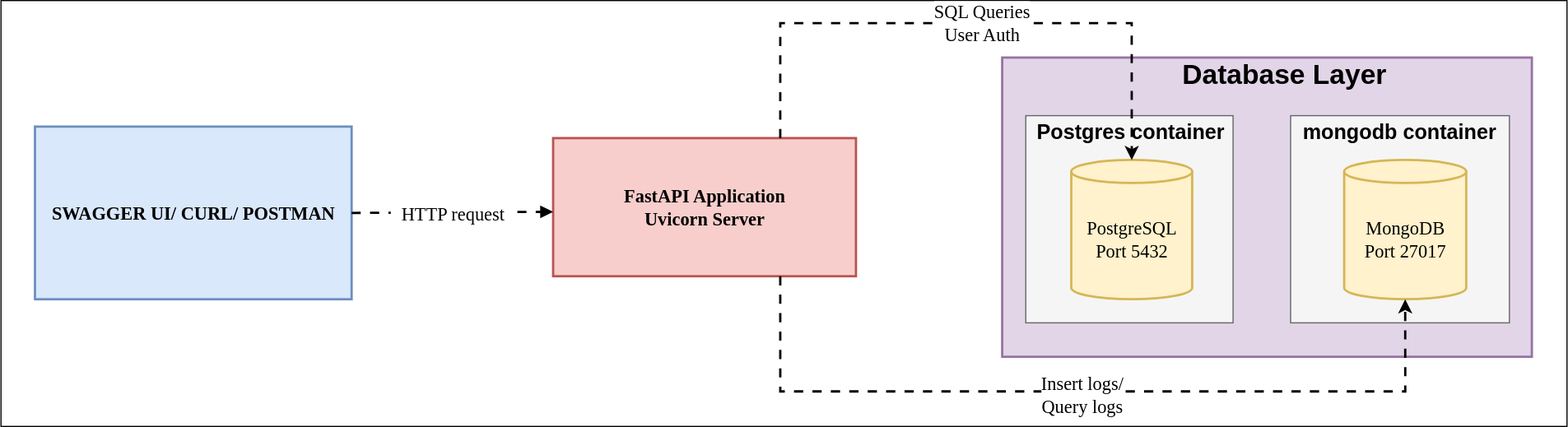
Before: FastAPI-Basics-Lab-assets/Lab-5/images/archi_diagrams/Lab-5_high-level-archi-diagram.drawio.svg, a diagram exported from draw.io (poridhiEng/lab-asset). Source tidied: cells renumbered, new cells last; positions are measured from the earlier drawing's top-left corner, leaving out a move shared by most shapes.
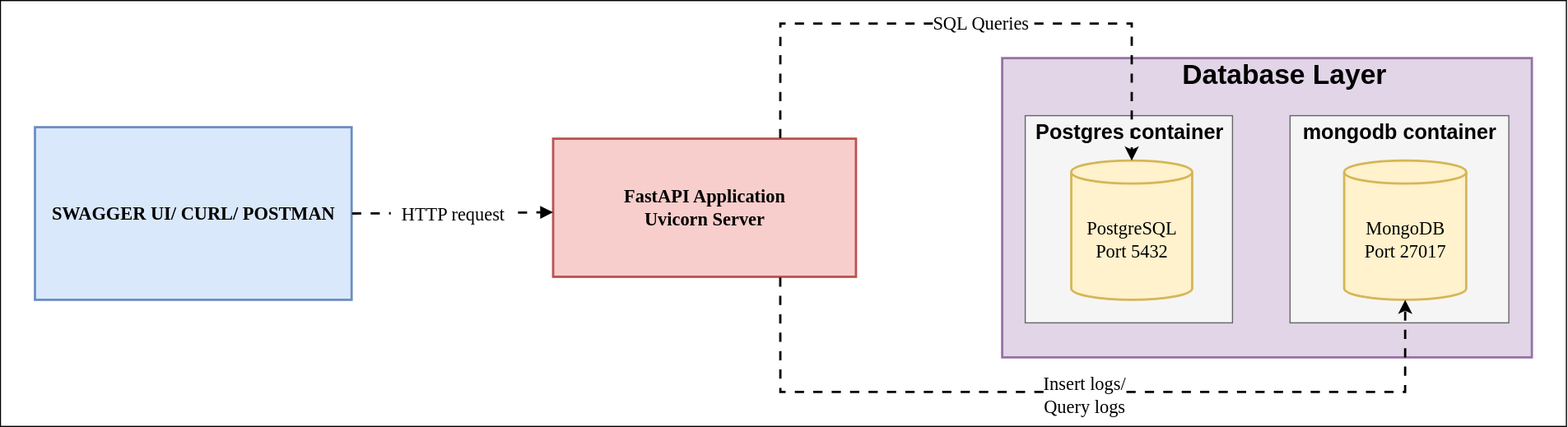
After the commit.

What changed in the source:
```diff
@@ -2,27 +2,27 @@
   <root>
     <mxCell id="0" />
     <mxCell id="1" parent="0" />
-    <mxCell id="2" style="rounded=0;whiteSpace=wrap;html=1;fontFamily=Verdana;fontSize=16;" parent="1" vertex="1">
-      <mxGeometry width="1360" height="370" as="geometry" />
-    </mxCell>
-    <mxCell id="3" style="whiteSpace=wrap;strokeWidth=2;fontFamily=Verdana;fontSize=16;fillColor=#e1d5e7;strokeColor=#9673a6;" parent="1" vertex="1">
-      <mxGeometry x="870" y="50" width="460" height="260" as="geometry" />
-    </mxCell>
+    <mxCell id="18" style="rounded=0;whiteSpace=wrap;html=1;fontFamily=Verdana;fontSize=16;" parent="1" vertex="1">
+      <mxGeometry width="1360" height="370" as="geometry" />
+    </mxCell>
+    <mxCell id="19" style="whiteSpace=wrap;strokeWidth=2;fontFamily=Verdana;fontSize=16;fillColor=#e1d5e7;strokeColor=#9673a6;" parent="1" vertex="1">
+      <mxGeometry x="870" y="50" width="460" height="260" as="geometry" />
+    </mxCell>
     <mxCell id="4" value="SWAGGER UI/ CURL/ POSTMAN" style="whiteSpace=wrap;strokeWidth=2;fontFamily=Verdana;fontSize=16;fillColor=#dae8fc;strokeColor=#6c8ebf;fontStyle=1;" parent="1" vertex="1">
       <mxGeometry x="30" y="110" width="275" height="150" as="geometry" />
     </mxCell>
     <mxCell id="5" value="FastAPI Application&#10;Uvicorn Server" style="whiteSpace=wrap;strokeWidth=2;fontFamily=Verdana;fontSize=16;fillColor=#f8cecc;strokeColor=#b85450;fontStyle=1;" parent="1" vertex="1">
       <mxGeometry x="480" y="120" width="263" height="120" as="geometry" />
     </mxCell>
-    <mxCell id="6" style="rounded=0;whiteSpace=wrap;html=1;fillColor=#f5f5f5;fontColor=#333333;strokeColor=#666666;" parent="1" vertex="1">
-      <mxGeometry x="890" y="100" width="180" height="180" as="geometry" />
-    </mxCell>
+    <mxCell id="20" style="rounded=0;whiteSpace=wrap;html=1;fillColor=#f5f5f5;fontColor=#333333;strokeColor=#666666;" parent="1" vertex="1">
+      <mxGeometry x="890" y="100" width="180" height="180" as="geometry" />
+    </mxCell>
     <mxCell id="7" value="PostgreSQL&#10;Port 5432" style="shape=cylinder3;boundedLbl=1;backgroundOutline=1;size=10;strokeWidth=2;whiteSpace=wrap;fontFamily=Verdana;fontSize=16;fillColor=#fff2cc;strokeColor=#d6b656;" parent="1" vertex="1">
       <mxGeometry x="930" y="139" width="105" height="121" as="geometry" />
     </mxCell>
-    <mxCell id="8" style="rounded=0;whiteSpace=wrap;html=1;fillColor=#f5f5f5;fontColor=#333333;strokeColor=#666666;" parent="1" vertex="1">
-      <mxGeometry x="1120" y="100" width="190" height="180" as="geometry" />
-    </mxCell>
+    <mxCell id="21" style="rounded=0;whiteSpace=wrap;html=1;fillColor=#f5f5f5;fontColor=#333333;strokeColor=#666666;" parent="1" vertex="1">
+      <mxGeometry x="1120" y="100" width="190" height="180" as="geometry" />
+    </mxCell>
     <mxCell id="9" value="MongoDB&#10;Port 27017" style="shape=cylinder3;boundedLbl=1;backgroundOutline=1;size=10;strokeWidth=2;whiteSpace=wrap;fontFamily=Verdana;fontSize=16;fillColor=#fff2cc;strokeColor=#d6b656;" parent="1" vertex="1">
       <mxGeometry x="1167" y="139" width="106" height="121" as="geometry" />
     </mxCell>
@@ -50,11 +50,11 @@
         </Array>
       </mxGeometry>
     </mxCell>
-    <mxCell id="14" value="SQL Queries&lt;br style=&quot;padding: 0px; margin: 0px;&quot;&gt;User Auth" style="edgeLabel;html=1;align=center;verticalAlign=middle;fontFamily=Verdana;fontSize=16;" parent="13" vertex="1">
-      <mxGeometry x="0.04" y="1" relative="1" as="geometry">
-        <mxPoint x="1" as="offset" />
-      </mxGeometry>
-    </mxCell>
+    <mxCell id="22" value="SQL Queries" style="edgeLabel;html=1;align=center;verticalAlign=middle;fontFamily=Verdana;fontSize=16;" parent="13" vertex="1">
+      <mxGeometry x="0.04" y="1" relative="1" as="geometry">
+        <mxPoint x="1" as="offset" />
+      </mxGeometry>
+    </mxCell>
     <mxCell id="15" value="&lt;b&gt;Database Layer&lt;/b&gt;" style="text;html=1;whiteSpace=wrap;strokeColor=none;fillColor=none;align=center;verticalAlign=middle;rounded=0;fontSize=24;" parent="1" vertex="1">
       <mxGeometry x="1010" y="50" width="210" height="30" as="geometry" />
     </mxCell>
```
